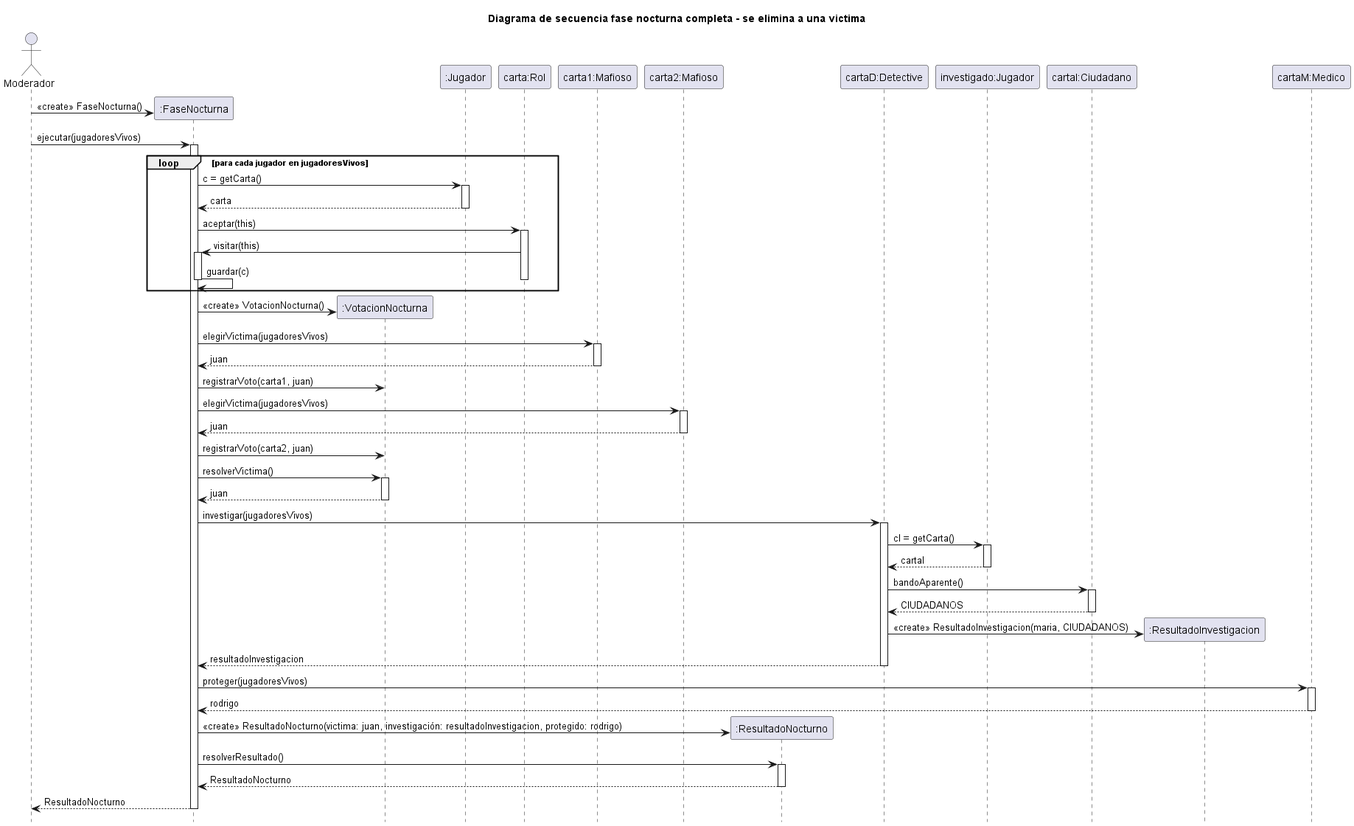
micayaque/fiuba-tp-paradigmas keeps this PlantUML diagram as out/diagrams/sequences/faseNocturnaVictimaEliminada/faseNocturnaVictimaEliminada.png. Above is the earlier version. Its diagram source:
```plantuml
@startuml
skinparam classAttributeIconSize 0
hide footbox

title Diagrama de secuencia fase nocturna completa - se elimina a una victima

actor "Moderador" as mod




participant ":FaseNocturna" as fn
participant ":VotacionNocturna" as vn

participant ":Jugador" as j
participant "carta:Rol" as carta

participant "carta1:Mafioso" as carta1

participant "carta2:Mafioso" as carta2




participant ":ResultadoNocturno" as resultado

participant "cartaD:Detective" as cartaD
participant "investigado:Jugador" as maria
participant "cartaI:Ciudadano" as cartaI
participant ":ResultadoInvestigacion" as ResultadoInvestigacion
participant "cartaM:Medico" as cartaF


mod -> fn ** : <<create>> FaseNocturna()
mod -> fn : ejecutar(jugadoresVivos)

activate fn

    loop para cada jugador en jugadoresVivos
    fn -> j : c = getCarta()
    activate j
    j --> fn : carta
    deactivate j

    fn -> carta : aceptar(this)
    activate carta
    carta -> fn : visitar(this)
    activate fn
    fn -> fn : guardar(c)
    deactivate fn
    deactivate carta
    end

    fn -> vn ** : <<create>> VotacionNocturna()
    fn -> carta1 : elegirVictima(jugadoresVivos)
    activate carta1
    carta1 --> fn : juan
    deactivate carta1
    fn -> vn : registrarVoto(carta1, juan)
    fn -> carta2 : elegirVictima(jugadoresVivos)
    activate carta2
    carta2 --> fn : juan
    deactivate carta2
    fn -> vn : registrarVoto(carta2, juan)

    fn -> vn : resolverVictima()
    activate vn
    vn --> fn : juan
    deactivate vn


    fn -> cartaD : investigar(jugadoresVivos)
    activate cartaD

    cartaD -> maria : cI = getCarta()
    activate maria
    maria --> cartaD : cartaI
    deactivate maria

    cartaD -> cartaI : bandoAparente()
    activate cartaI

    cartaI --> cartaD : CIUDADANOS
    deactivate cartaI

    cartaD -> ResultadoInvestigacion ** : <<create>> ResultadoInvestigacion(maria, CIUDADANOS)
    cartaD --> fn : resultadoInvestigacion
    deactivate cartaD


    fn -> cartaF : proteger(jugadoresVivos)
    activate cartaF
    cartaF --> fn : rodrigo
    deactivate cartaF

    fn -> resultado ** : <<create>> ResultadoNocturno(victima: juan, investigación: resultadoInvestigacion, protegido: rodrigo)
    fn -> resultado : resolverResultado()
    activate resultado
    resultado --> fn : ResultadoNocturno
    deactivate resultado

    fn --> mod : ResultadoNocturno

deactivate fn









@enduml
```
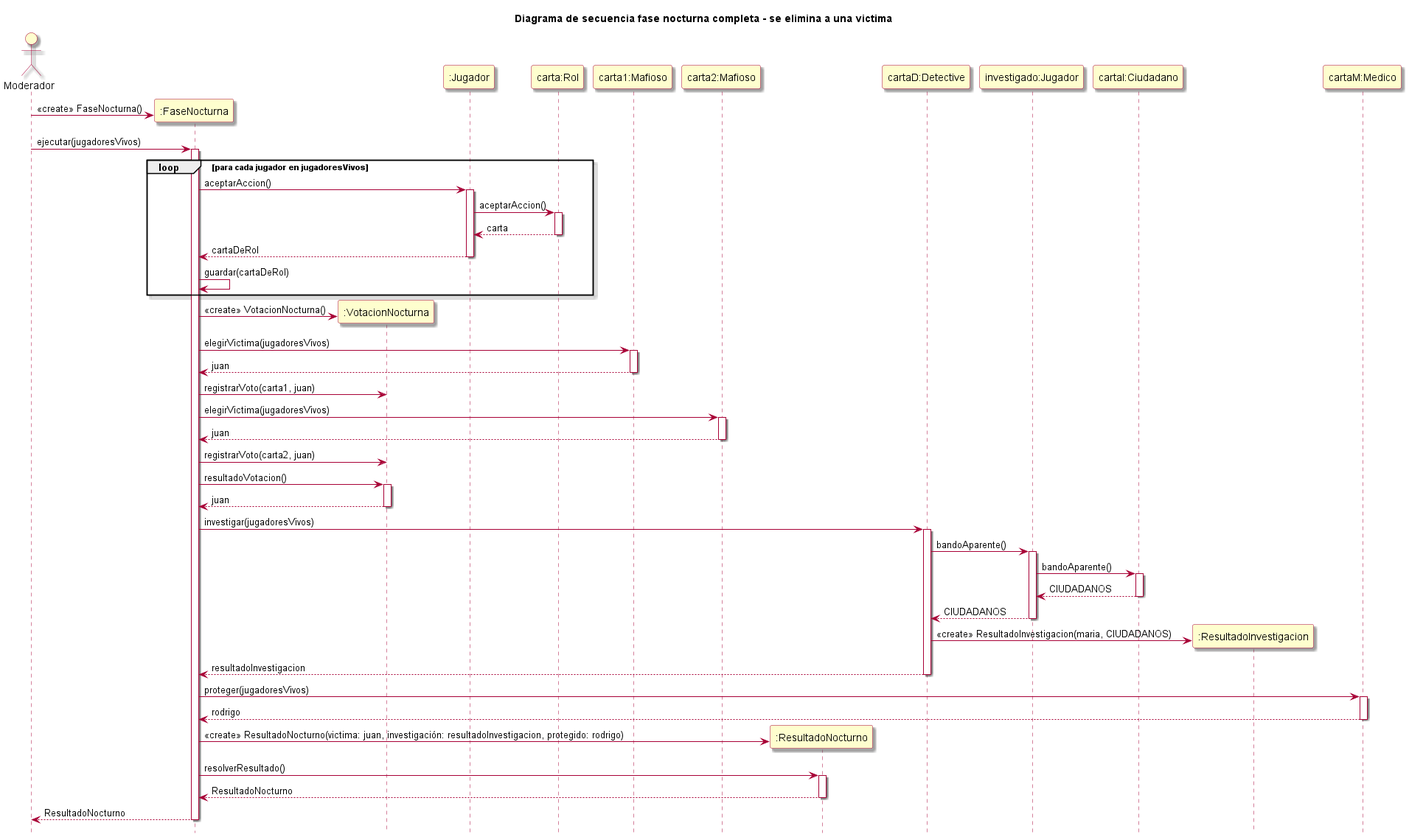
The same file after the commit.

The edit, as a diff of the source:
```diff
@@ -1,26 +1,19 @@
 @startuml
-skinparam classAttributeIconSize 0
-hide footbox
+!include estilos.puml
 
 title Diagrama de secuencia fase nocturna completa - se elimina a una victima
 
 actor "Moderador" as mod
 
+participant ":FaseNocturna" as fn
 
-
-
-participant ":FaseNocturna" as fn
 participant ":VotacionNocturna" as vn
 
 participant ":Jugador" as j
 participant "carta:Rol" as carta
 
 participant "carta1:Mafioso" as carta1
-
 participant "carta2:Mafioso" as carta2
-
-
-
 
 participant ":ResultadoNocturno" as resultado
 
@@ -30,25 +23,21 @@
 participant ":ResultadoInvestigacion" as ResultadoInvestigacion
 participant "cartaM:Medico" as cartaF
 
-
 mod -> fn ** : <<create>> FaseNocturna()
 mod -> fn : ejecutar(jugadoresVivos)
 
 activate fn
 
     loop para cada jugador en jugadoresVivos
-    fn -> j : c = getCarta()
-    activate j
-    j --> fn : carta
-    deactivate j
-
-    fn -> carta : aceptar(this)
-    activate carta
-    carta -> fn : visitar(this)
-    activate fn
-    fn -> fn : guardar(c)
-    deactivate fn
-    deactivate carta
+        fn -> j : aceptarAccion()
+        activate j
+        j -> carta : aceptarAccion()
+        activate carta
+        carta --> j : carta
+        deactivate carta
+        j --> fn : cartaDeRol
+        deactivate j
+    fn -> fn : guardar(cartaDeRol)
     end
 
     fn -> vn ** : <<create>> VotacionNocturna()
@@ -63,7 +52,7 @@
     deactivate carta2
     fn -> vn : registrarVoto(carta2, juan)
 
-    fn -> vn : resolverVictima()
+    fn -> vn : resultadoVotacion()
     activate vn
     vn --> fn : juan
     deactivate vn
@@ -72,16 +61,14 @@
     fn -> cartaD : investigar(jugadoresVivos)
     activate cartaD
 
-    cartaD -> maria : cI = getCarta()
+    cartaD -> maria : bandoAparente()
     activate maria
-    maria --> cartaD : cartaI
+    maria -> cartaI : bandoAparente()
+    activate cartaI
+    cartaI --> maria : CIUDADANOS
+    deactivate cartaI
+    maria --> cartaD : CIUDADANOS
     deactivate maria
-
-    cartaD -> cartaI : bandoAparente()
-    activate cartaI
-
-    cartaI --> cartaD : CIUDADANOS
-    deactivate cartaI
 
     cartaD -> ResultadoInvestigacion ** : <<create>> ResultadoInvestigacion(maria, CIUDADANOS)
     cartaD --> fn : resultadoInvestigacion
```
